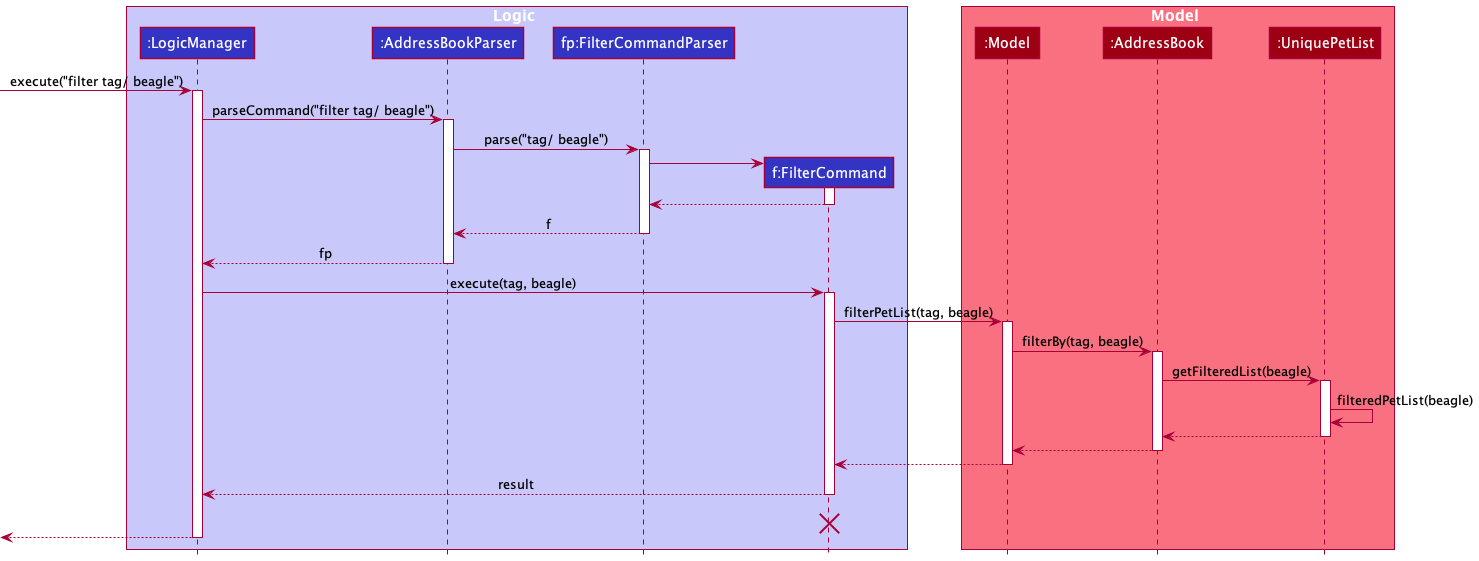
nus-cs2103-AY2122S2/tp keeps this PlantUML diagram as docs/images/FilterSequenceDiagram.png. Above is the earlier version.
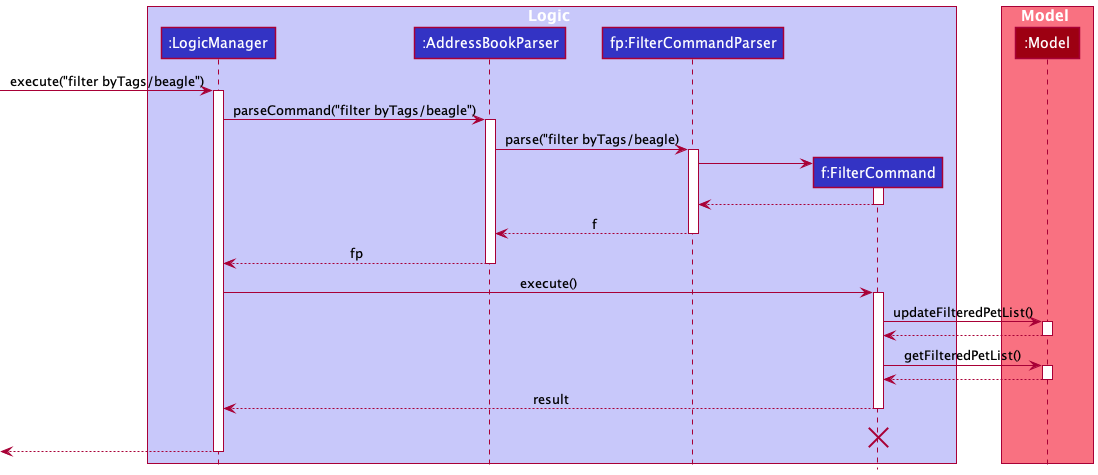
Later version of the same file.

Commit message:
Update DG for filter command

The edit, as a diff of the source:
```diff
@@ -10,17 +10,15 @@
 
 box Model MODEL_COLOR_T1
 participant ":Model" as Model MODEL_COLOR
-participant ":AddressBook" as AddressBook MODEL_COLOR
-participant ":UniquePetList" as UniquePetList MODEL_COLOR
 end box
 
-[-> LogicManager : execute("filter tag/ beagle")
+[-> LogicManager : execute("filter byTags/beagle")
 activate LogicManager
 
-LogicManager -> AddressBookParser : parseCommand("filter tag/ beagle")
+LogicManager -> AddressBookParser : parseCommand("filter byTags/beagle")
 activate AddressBookParser
 
-AddressBookParser -> FilterCommandParser: parse("tag/ beagle")
+AddressBookParser -> FilterCommandParser: parse("filter byTags/beagle)
 activate FilterCommandParser
 
 create FilterCommand
@@ -36,26 +34,17 @@
 AddressBookParser --> LogicManager: fp
 deactivate AddressBookParser
 
-LogicManager -> FilterCommand: execute(tag, beagle)
+LogicManager -> FilterCommand: execute()
 activate FilterCommand
 
-FilterCommand -> Model: filterPetList(tag, beagle)
+FilterCommand -> Model: updateFilteredPetList()
 activate Model
 
-Model -> AddressBook: filterBy(tag, beagle)
-activate AddressBook
+Model --> FilterCommand
+deactivate Model
 
-AddressBook -> UniquePetList: getFilteredList(beagle)
-activate UniquePetList
-
-UniquePetList -> UniquePetList: filteredPetList(beagle)
-
-
-UniquePetList --> AddressBook
-deactivate UniquePetList
-
-AddressBook --> Model
-deactivate AddressBook
+FilterCommand -> Model: getFilteredPetList()
+activate Model
 
 Model --> FilterCommand
 deactivate Model
```
